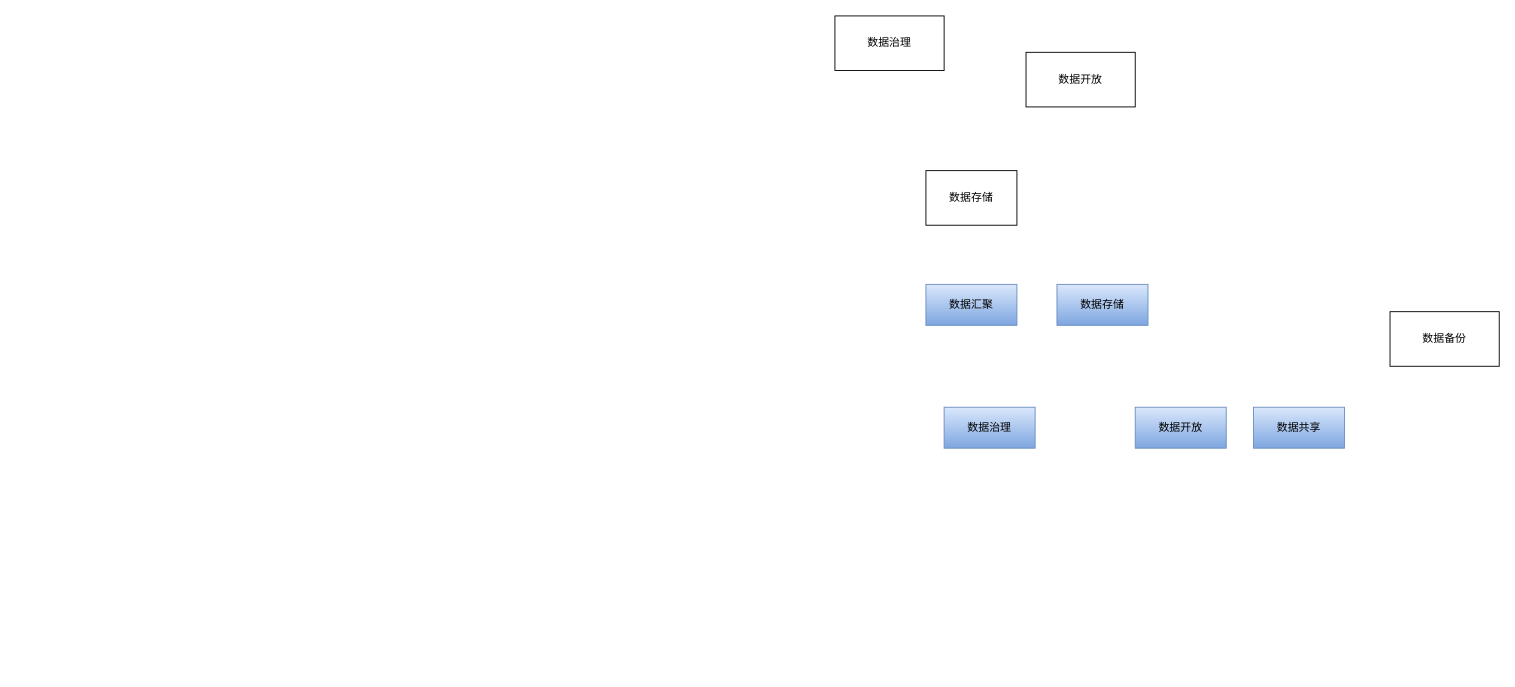
Earlier version of the draw.io diagram 城市大脑.drawio (z-cloud-z/draw). Source tidied: cells renumbered, new cells numbered last; positions are measured from the earlier drawing's top-left corner, leaving out a move shared by most shapes. Both pictures are drawn from the tidied source at 91%, with x=0, y=0 at pixel (834, 15).
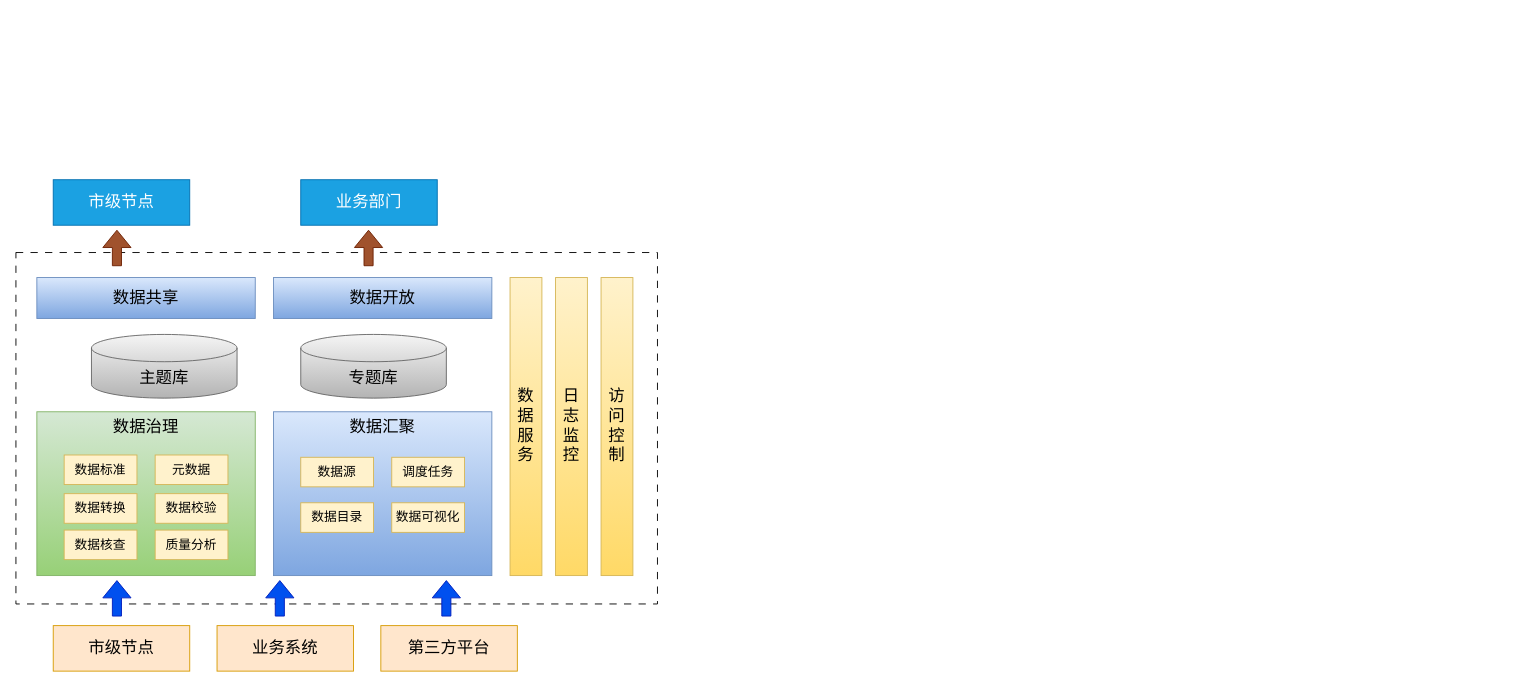
After the change.

Commit message:
更新城市大脑.drawio

The edit, as a diff of the source:
```diff
@@
+    <mxCell id="11" style="group;" parent="1" vertex="1">
+      <mxGeometry x="-900" y="180" width="705" height="540" as="geometry" />
+    </mxCell>
+    <mxCell id="5" value="市级节点" style="rounded=0;whiteSpace=wrap;html=1;fontSize=18;fillColor=#ffe6cc;strokeColor=#d79b00;" parent="11" vertex="1">
+      <mxGeometry x="41" y="490" width="150" height="50" as="geometry" />
+    </mxCell>
+    <mxCell id="12" value="业务系统" style="rounded=0;whiteSpace=wrap;html=1;fontSize=18;fillColor=#ffe6cc;strokeColor=#d79b00;" parent="11" vertex="1">
+      <mxGeometry x="221" y="490" width="150" height="50" as="geometry" />
+    </mxCell>
+    <mxCell id="13" value="第三方平台" style="rounded=0;whiteSpace=wrap;html=1;fontSize=18;fillColor=#ffe6cc;strokeColor=#d79b00;" parent="11" vertex="1">
+      <mxGeometry x="401" y="490" width="150" height="50" as="geometry" />
+    </mxCell>
+    <mxCell id="14" value="市级节点" style="rounded=0;whiteSpace=wrap;html=1;fontSize=18;fillColor=#1ba1e2;strokeColor=#006EAF;fontColor=#ffffff;" parent="11" vertex="1">
+      <mxGeometry x="41" width="150" height="50" as="geometry" />
+    </mxCell>
+    <mxCell id="15" style="rounded=0;whiteSpace=wrap;html=1;fontSize=18;dashed=1;dashPattern=8 8;" parent="11" vertex="1">
+      <mxGeometry y="80" width="705" height="386.2" as="geometry" />
+    </mxCell>
+    <mxCell id="7" value="日志监控" style="rounded=0;whiteSpace=wrap;html=1;fillColor=#fff2cc;strokeColor=#d6b656;gradientColor=#ffd966;fontSize=18;textDirection=rtl;" parent="11" vertex="1">
+      <mxGeometry x="593" y="107.5" width="35" height="327.5" as="geometry" />
+    </mxCell>
+    <mxCell id="10" value="数据共享" style="rounded=0;whiteSpace=wrap;html=1;fillColor=#dae8fc;strokeColor=#6c8ebf;gradientColor=#7ea6e0;fontSize=18;" parent="11" vertex="1">
+      <mxGeometry x="23" y="107.5" width="240" height="45" as="geometry" />
+    </mxCell>
+    <mxCell id="16" value="数据开放" style="rounded=0;whiteSpace=wrap;html=1;fillColor=#dae8fc;strokeColor=#6c8ebf;gradientColor=#7ea6e0;fontSize=18;" parent="11" vertex="1">
+      <mxGeometry x="283" y="107.5" width="240" height="45" as="geometry" />
+    </mxCell>
+    <mxCell id="17" value="访&lt;br&gt;问&lt;br&gt;控&lt;br&gt;制" style="rounded=0;whiteSpace=wrap;html=1;fillColor=#fff2cc;strokeColor=#d6b656;gradientColor=#ffd966;horizontal=1;fontSize=18;" parent="11" vertex="1">
+      <mxGeometry x="643" y="107.5" width="35" height="327.5" as="geometry" />
+    </mxCell>
+    <mxCell id="18" value="数&lt;br&gt;据&lt;br&gt;服务" style="rounded=0;whiteSpace=wrap;html=1;fillColor=#fff2cc;strokeColor=#d6b656;gradientColor=#ffd966;fontSize=18;" parent="11" vertex="1">
+      <mxGeometry x="543" y="107.5" width="35" height="327.5" as="geometry" />
+    </mxCell>
+    <mxCell id="19" value="主题库" style="shape=cylinder3;whiteSpace=wrap;html=1;boundedLbl=1;backgroundOutline=1;size=15;fontSize=18;fillColor=#f5f5f5;gradientColor=#b3b3b3;strokeColor=#666666;" parent="11" vertex="1">
+      <mxGeometry x="83" y="170" width="160" height="70" as="geometry" />
+    </mxCell>
+    <mxCell id="20" value="专题库" style="shape=cylinder3;whiteSpace=wrap;html=1;boundedLbl=1;backgroundOutline=1;size=15;fontSize=18;fillColor=#f5f5f5;gradientColor=#b3b3b3;strokeColor=#666666;" parent="11" vertex="1">
+      <mxGeometry x="313" y="170" width="160" height="70" as="geometry" />
+    </mxCell>
+    <mxCell id="21" style="shape=flexArrow;endArrow=classic;html=1;rounded=0;fillColor=#0050ef;strokeColor=#001DBC;" parent="11" edge="1">
+      <mxGeometry relative="1" as="geometry">
+        <mxPoint x="111" y="480" as="sourcePoint" />
+        <mxPoint x="111" y="440" as="targetPoint" />
+      </mxGeometry>
+    </mxCell>
+    <mxCell id="22" style="shape=flexArrow;endArrow=classic;html=1;rounded=0;fillColor=#0050ef;strokeColor=#001DBC;" parent="11" edge="1">
+      <mxGeometry relative="1" as="geometry">
+        <mxPoint x="290" y="480" as="sourcePoint" />
+        <mxPoint x="290" y="440" as="targetPoint" />
+      </mxGeometry>
+    </mxCell>
+    <mxCell id="23" style="shape=flexArrow;endArrow=classic;html=1;rounded=0;fillColor=#0050ef;strokeColor=#001DBC;" parent="11" edge="1">
+      <mxGeometry relative="1" as="geometry">
+        <mxPoint x="473" y="480" as="sourcePoint" />
+        <mxPoint x="473" y="440" as="targetPoint" />
+      </mxGeometry>
+    </mxCell>
+    <mxCell id="8" value="数据治理" style="rounded=0;whiteSpace=wrap;html=1;fillColor=#d5e8d4;strokeColor=#82b366;gradientColor=#97d077;fontSize=18;verticalAlign=top;" parent="11" vertex="1">
+      <mxGeometry x="23" y="255" width="240" height="180" as="geometry" />
+    </mxCell>
+    <mxCell id="24" value="数据标准" style="rounded=0;whiteSpace=wrap;html=1;fillColor=#fff2cc;strokeColor=#d6b656;fontSize=14;" parent="11" vertex="1">
+      <mxGeometry x="53" y="302.5" width="80" height="32.5" as="geometry" />
+    </mxCell>
+    <mxCell id="25" value="元数据" style="rounded=0;whiteSpace=wrap;html=1;fillColor=#fff2cc;strokeColor=#d6b656;fontSize=14;" parent="11" vertex="1">
+      <mxGeometry x="153" y="302.5" width="80" height="32.5" as="geometry" />
+    </mxCell>
+    <mxCell id="26" value="数据校验" style="rounded=0;whiteSpace=wrap;html=1;fillColor=#fff2cc;strokeColor=#d6b656;fontSize=14;" parent="11" vertex="1">
+      <mxGeometry x="153" y="345" width="80" height="32.5" as="geometry" />
+    </mxCell>
+    <mxCell id="27" value="数据转换" style="rounded=0;whiteSpace=wrap;html=1;fillColor=#fff2cc;strokeColor=#d6b656;fontSize=14;" parent="11" vertex="1">
+      <mxGeometry x="53" y="345" width="80" height="32.5" as="geometry" />
+    </mxCell>
+    <mxCell id="28" value="数据核查" style="rounded=0;whiteSpace=wrap;html=1;fillColor=#fff2cc;strokeColor=#d6b656;fontSize=14;" parent="11" vertex="1">
+      <mxGeometry x="53" y="385" width="80" height="32.5" as="geometry" />
+    </mxCell>
+    <mxCell id="29" value="质量分析" style="rounded=0;whiteSpace=wrap;html=1;fillColor=#fff2cc;strokeColor=#d6b656;fontSize=14;" parent="11" vertex="1">
+      <mxGeometry x="153" y="385" width="80" height="32.5" as="geometry" />
+    </mxCell>
-    <mxCell id="2" value="数据汇聚" style="rounded=0;whiteSpace=wrap;html=1;fillColor=#dae8fc;strokeColor=#6c8ebf;gradientColor=#7ea6e0;" parent="1" vertex="1">
-      <mxGeometry x="100" y="295" width="100" height="45" as="geometry" />
+    <mxCell id="2" value="数据汇聚" style="rounded=0;whiteSpace=wrap;html=1;fillColor=#dae8fc;strokeColor=#6c8ebf;gradientColor=#7ea6e0;fontSize=18;verticalAlign=top;" parent="11" vertex="1">
+      <mxGeometry x="283" y="255" width="240" height="180" as="geometry" />
     </mxCell>
-    <mxCell id="3" value="数据开放" style="rounded=0;whiteSpace=wrap;html=1;" parent="1" vertex="1">
-      <mxGeometry x="210" y="40" width="120" height="60" as="geometry" />
-    </mxCell>
-    <mxCell id="4" value="数据存储" style="rounded=0;whiteSpace=wrap;html=1;" parent="1" vertex="1">
-      <mxGeometry x="100" y="170" width="100" height="60" as="geometry" />
-    </mxCell>
-    <mxCell id="5" value="数据治理" style="rounded=0;whiteSpace=wrap;html=1;" parent="1" vertex="1">
-      <mxGeometry width="120" height="60" as="geometry" />
-    </mxCell>
-    <mxCell id="6" value="数据备份" style="rounded=0;whiteSpace=wrap;html=1;" parent="1" vertex="1">
-      <mxGeometry x="610" y="325" width="120" height="60" as="geometry" />
-    </mxCell>
-    <mxCell id="7" value="数据存储" style="rounded=0;whiteSpace=wrap;html=1;fillColor=#dae8fc;strokeColor=#6c8ebf;gradientColor=#7ea6e0;" parent="1" vertex="1">
-      <mxGeometry x="244" y="295" width="100" height="45" as="geometry" />
-    </mxCell>
-    <mxCell id="8" value="数据治理" style="rounded=0;whiteSpace=wrap;html=1;fillColor=#dae8fc;strokeColor=#6c8ebf;gradientColor=#7ea6e0;" parent="1" vertex="1">
-      <mxGeometry x="120" y="430" width="100" height="45" as="geometry" />
-    </mxCell>
-    <mxCell id="9" value="数据开放" style="rounded=0;whiteSpace=wrap;html=1;fillColor=#dae8fc;strokeColor=#6c8ebf;gradientColor=#7ea6e0;" parent="1" vertex="1">
-      <mxGeometry x="330" y="430" width="100" height="45" as="geometry" />
-    </mxCell>
-    <mxCell id="10" value="数据共享" style="rounded=0;whiteSpace=wrap;html=1;fillColor=#dae8fc;strokeColor=#6c8ebf;gradientColor=#7ea6e0;" parent="1" vertex="1">
-      <mxGeometry x="460" y="430" width="100" height="45" as="geometry" />
-    </mxCell>
+    <mxCell id="30" value="数据源" style="rounded=0;whiteSpace=wrap;html=1;fillColor=#fff2cc;strokeColor=#d6b656;fontSize=14;" parent="11" vertex="1">
+      <mxGeometry x="313" y="305" width="80" height="32.5" as="geometry" />
+    </mxCell>
+    <mxCell id="31" value="调度任务" style="rounded=0;whiteSpace=wrap;html=1;fillColor=#fff2cc;strokeColor=#d6b656;fontSize=14;" parent="11" vertex="1">
+      <mxGeometry x="413" y="305" width="80" height="32.5" as="geometry" />
+    </mxCell>
+    <mxCell id="32" value="数据目录" style="rounded=0;whiteSpace=wrap;html=1;fillColor=#fff2cc;strokeColor=#d6b656;fontSize=14;" parent="11" vertex="1">
+      <mxGeometry x="313" y="355" width="80" height="32.5" as="geometry" />
+    </mxCell>
+    <mxCell id="33" value="数据可视化" style="rounded=0;whiteSpace=wrap;html=1;fillColor=#fff2cc;strokeColor=#d6b656;fontSize=14;" parent="11" vertex="1">
+      <mxGeometry x="413" y="355" width="80" height="32.5" as="geometry" />
+    </mxCell>
+    <mxCell id="34" style="shape=flexArrow;endArrow=classic;html=1;rounded=0;fillColor=#a0522d;strokeColor=#6D1F00;" parent="11" edge="1">
+      <mxGeometry relative="1" as="geometry">
+        <mxPoint x="111" y="95" as="sourcePoint" />
+        <mxPoint x="111" y="55" as="targetPoint" />
+      </mxGeometry>
+    </mxCell>
+    <mxCell id="35" style="shape=flexArrow;endArrow=classic;html=1;rounded=0;fillColor=#a0522d;strokeColor=#6D1F00;" parent="11" edge="1">
+      <mxGeometry relative="1" as="geometry">
+        <mxPoint x="387.5" y="95" as="sourcePoint" />
+        <mxPoint x="387.5" y="55" as="targetPoint" />
+      </mxGeometry>
+    </mxCell>
+    <mxCell id="36" value="业务部门" style="rounded=0;whiteSpace=wrap;html=1;fontSize=18;fillColor=#1ba1e2;strokeColor=#006EAF;fontColor=#ffffff;" parent="11" vertex="1">
+      <mxGeometry x="313" width="150" height="50" as="geometry" />
+    </mxCell>
```
